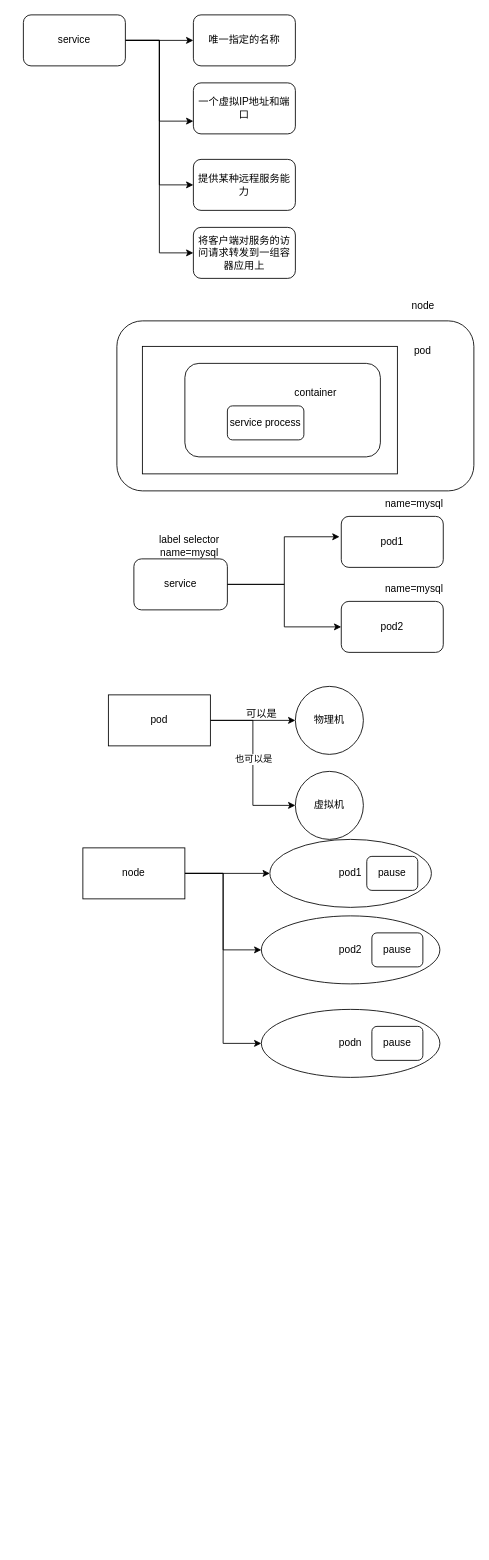
Above: conf/k8s.drawio in liuxiaohu0511/ruleEngine (draw.io), before the change. Source tidied: cells renumbered, new cells numbered last; positions are measured from the earlier drawing's top-left corner, leaving out a move shared by most shapes. Both pictures are drawn from the tidied source at 85%, with x=0, y=0 at pixel (23, 14).
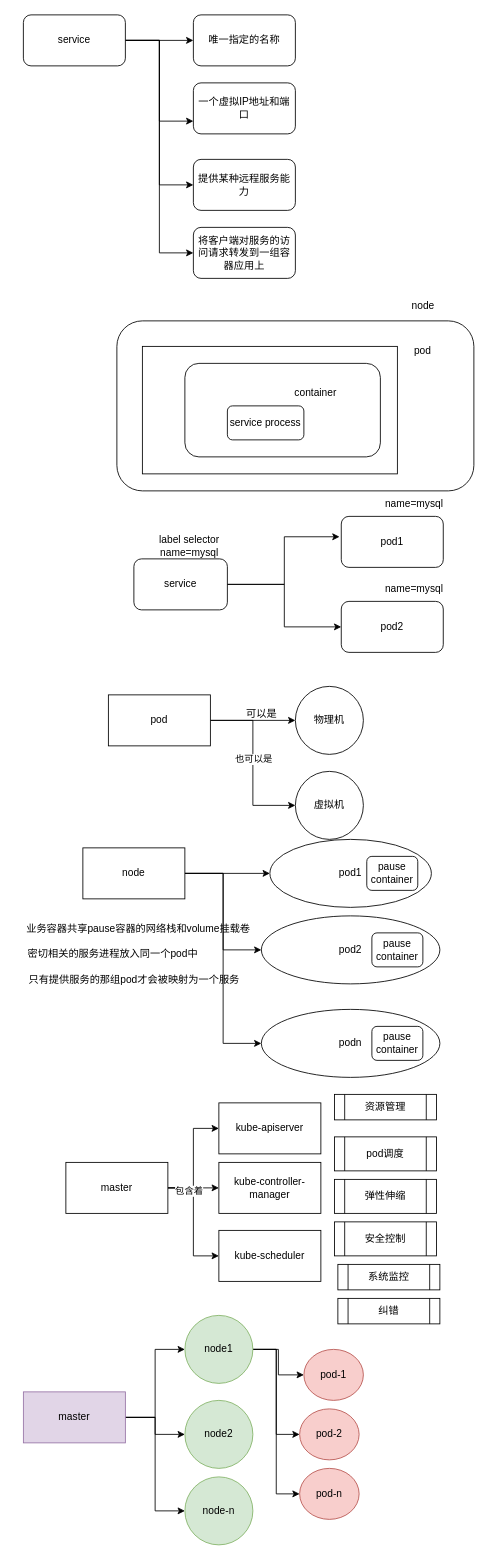
Above is the later version.

The edit, as a diff of the source:
```diff
@@
-    <mxCell id="40" value="pause" style="rounded=1;whiteSpace=wrap;html=1;" parent="1" vertex="1">
+    <mxCell id="40" value="pause&lt;div&gt;container&lt;/div&gt;" style="rounded=1;whiteSpace=wrap;html=1;" parent="1" vertex="1">
       <mxGeometry x="404" y="990" width="60" height="40" as="geometry" />
     </mxCell>
-    <mxCell id="41" value="pause" style="rounded=1;whiteSpace=wrap;html=1;" parent="1" vertex="1">
-      <mxGeometry x="410" y="1080" width="60" height="40" as="geometry" />
-    </mxCell>
-    <mxCell id="42" value="pause" style="rounded=1;whiteSpace=wrap;html=1;" parent="1" vertex="1">
-      <mxGeometry x="410" y="1190" width="60" height="40" as="geometry" />
-    </mxCell>
+    <mxCell id="43" value="pause&lt;div&gt;container&lt;/div&gt;" style="rounded=1;whiteSpace=wrap;html=1;" parent="1" vertex="1">
+      <mxGeometry x="410" y="1080" width="60" height="40" as="geometry" />
+    </mxCell>
+    <mxCell id="44" value="pause&lt;div&gt;container&lt;/div&gt;" style="rounded=1;whiteSpace=wrap;html=1;" parent="1" vertex="1">
+      <mxGeometry x="410" y="1190" width="60" height="40" as="geometry" />
+    </mxCell>
+    <mxCell id="45" value="业务容器共享pause容器的网络栈和volume挂载卷" style="text;html=1;align=center;verticalAlign=middle;strokeColor=none;fillColor=none;" parent="1" vertex="1">
+      <mxGeometry x="-10" y="1060" width="290" height="30" as="geometry" />
+    </mxCell>
+    <mxCell id="46" value="密切相关的服务进程放入同一个pod中" style="text;html=1;align=center;verticalAlign=middle;strokeColor=none;fillColor=none;" parent="1" vertex="1">
+      <mxGeometry x="-5" y="1090" width="220" height="30" as="geometry" />
+    </mxCell>
+    <mxCell id="47" value="只有提供服务的那组pod才会被映射为一个服务" style="text;html=1;align=center;verticalAlign=middle;strokeColor=none;fillColor=none;" parent="1" vertex="1">
+      <mxGeometry x="-5" y="1120" width="270" height="30" as="geometry" />
+    </mxCell>
+    <mxCell id="48" style="edgeStyle=orthogonalEdgeStyle;rounded=0;jettySize=auto;html=1;entryX=0;entryY=0.5;entryDx=0;entryDy=0;" parent="1" edge="1" source="52" target="53">
+      <mxGeometry relative="1" as="geometry" />
+    </mxCell>
+    <mxCell id="49" style="edgeStyle=orthogonalEdgeStyle;rounded=0;jettySize=auto;html=1;entryX=0;entryY=0.5;entryDx=0;entryDy=0;" parent="1" edge="1" source="52" target="54">
+      <mxGeometry relative="1" as="geometry" />
+    </mxCell>
+    <mxCell id="50" style="edgeStyle=orthogonalEdgeStyle;rounded=0;jettySize=auto;html=1;entryX=0;entryY=0.5;entryDx=0;entryDy=0;" parent="1" edge="1" source="52" target="55">
+      <mxGeometry relative="1" as="geometry" />
+    </mxCell>
+    <mxCell id="51" value="包含着" style="edgeLabel;html=1;align=center;verticalAlign=middle;" parent="50" vertex="1">
+      <mxGeometry x="-0.66" y="-3" relative="1" as="geometry" />
+    </mxCell>
+    <mxCell id="52" value="master" style="rounded=0;whiteSpace=wrap;html=1;" parent="1" vertex="1">
+      <mxGeometry x="50" y="1350" width="120" height="60" as="geometry" />
+    </mxCell>
+    <mxCell id="53" value="kube-apiserver" style="whiteSpace=wrap;html=1;" parent="1" vertex="1">
+      <mxGeometry x="230" y="1280" width="120" height="60" as="geometry" />
+    </mxCell>
+    <mxCell id="54" value="kube-controller-manager" style="whiteSpace=wrap;html=1;" parent="1" vertex="1">
+      <mxGeometry x="230" y="1350" width="120" height="60" as="geometry" />
+    </mxCell>
+    <mxCell id="55" value="kube-scheduler" style="whiteSpace=wrap;html=1;" parent="1" vertex="1">
+      <mxGeometry x="230" y="1430" width="120" height="60" as="geometry" />
+    </mxCell>
+    <mxCell id="56" value="资源管理" style="shape=process;whiteSpace=wrap;html=1;backgroundOutline=1;" parent="1" vertex="1">
+      <mxGeometry x="366" y="1270" width="120" height="30" as="geometry" />
+    </mxCell>
+    <mxCell id="57" value="pod调度" style="shape=process;whiteSpace=wrap;html=1;backgroundOutline=1;" parent="1" vertex="1">
+      <mxGeometry x="366" y="1320" width="120" height="40" as="geometry" />
+    </mxCell>
+    <mxCell id="58" value="弹性伸缩" style="shape=process;whiteSpace=wrap;html=1;backgroundOutline=1;" parent="1" vertex="1">
+      <mxGeometry x="366" y="1370" width="120" height="40" as="geometry" />
+    </mxCell>
+    <mxCell id="59" value="安全控制" style="shape=process;whiteSpace=wrap;html=1;backgroundOutline=1;" parent="1" vertex="1">
+      <mxGeometry x="366" y="1420" width="120" height="40" as="geometry" />
+    </mxCell>
+    <mxCell id="60" value="系统监控" style="shape=process;whiteSpace=wrap;html=1;backgroundOutline=1;" parent="1" vertex="1">
+      <mxGeometry x="370" y="1470" width="120" height="30" as="geometry" />
+    </mxCell>
+    <mxCell id="61" value="纠错" style="shape=process;whiteSpace=wrap;html=1;backgroundOutline=1;" parent="1" vertex="1">
+      <mxGeometry x="370" y="1510" width="120" height="30" as="geometry" />
+    </mxCell>
+    <mxCell id="62" style="edgeStyle=orthogonalEdgeStyle;rounded=0;jettySize=auto;html=1;entryX=0;entryY=0.5;entryDx=0;entryDy=0;" parent="1" edge="1" source="65" target="69">
+      <mxGeometry relative="1" as="geometry" />
+    </mxCell>
+    <mxCell id="63" style="edgeStyle=orthogonalEdgeStyle;rounded=0;jettySize=auto;html=1;entryX=0;entryY=0.5;entryDx=0;entryDy=0;" parent="1" edge="1" source="65" target="70">
+      <mxGeometry relative="1" as="geometry" />
+    </mxCell>
+    <mxCell id="64" style="edgeStyle=orthogonalEdgeStyle;rounded=0;jettySize=auto;html=1;entryX=0;entryY=0.5;entryDx=0;entryDy=0;" parent="1" edge="1" source="65" target="71">
+      <mxGeometry relative="1" as="geometry" />
+    </mxCell>
+    <mxCell id="65" value="master" style="whiteSpace=wrap;html=1;fillColor=#e1d5e7;strokeColor=#9673a6;" parent="1" vertex="1">
+      <mxGeometry y="1620" width="120" height="60" as="geometry" />
+    </mxCell>
+    <mxCell id="66" style="edgeStyle=orthogonalEdgeStyle;rounded=0;jettySize=auto;html=1;" parent="1" edge="1" source="69" target="72">
+      <mxGeometry relative="1" as="geometry" />
+    </mxCell>
+    <mxCell id="67" style="edgeStyle=orthogonalEdgeStyle;rounded=0;jettySize=auto;html=1;entryX=0;entryY=0.5;entryDx=0;entryDy=0;" parent="1" edge="1" source="69" target="73">
+      <mxGeometry relative="1" as="geometry" />
+    </mxCell>
+    <mxCell id="68" style="edgeStyle=orthogonalEdgeStyle;rounded=0;jettySize=auto;html=1;entryX=0;entryY=0.5;entryDx=0;entryDy=0;" parent="1" edge="1" source="69" target="74">
+      <mxGeometry relative="1" as="geometry" />
+    </mxCell>
+    <mxCell id="69" value="node1" style="ellipse;whiteSpace=wrap;html=1;fillColor=#d5e8d4;strokeColor=#82b366;" parent="1" vertex="1">
+      <mxGeometry x="190" y="1530" width="80" height="80" as="geometry" />
+    </mxCell>
+    <mxCell id="70" value="node2" style="ellipse;whiteSpace=wrap;html=1;fillColor=#d5e8d4;strokeColor=#82b366;" parent="1" vertex="1">
+      <mxGeometry x="190" y="1630" width="80" height="80" as="geometry" />
+    </mxCell>
+    <mxCell id="71" value="node-n" style="ellipse;whiteSpace=wrap;html=1;fillColor=#d5e8d4;strokeColor=#82b366;" parent="1" vertex="1">
+      <mxGeometry x="190" y="1720" width="80" height="80" as="geometry" />
+    </mxCell>
+    <mxCell id="72" value="pod-1" style="ellipse;whiteSpace=wrap;html=1;fillColor=#f8cecc;strokeColor=#b85450;" parent="1" vertex="1">
+      <mxGeometry x="330" y="1570" width="70" height="60" as="geometry" />
+    </mxCell>
+    <mxCell id="73" value="pod-2" style="ellipse;whiteSpace=wrap;html=1;fillColor=#f8cecc;strokeColor=#b85450;" parent="1" vertex="1">
+      <mxGeometry x="325" y="1640" width="70" height="60" as="geometry" />
+    </mxCell>
+    <mxCell id="74" value="pod-n" style="ellipse;whiteSpace=wrap;html=1;fillColor=#f8cecc;strokeColor=#b85450;" parent="1" vertex="1">
+      <mxGeometry x="325" y="1710" width="70" height="60" as="geometry" />
+    </mxCell>
```
